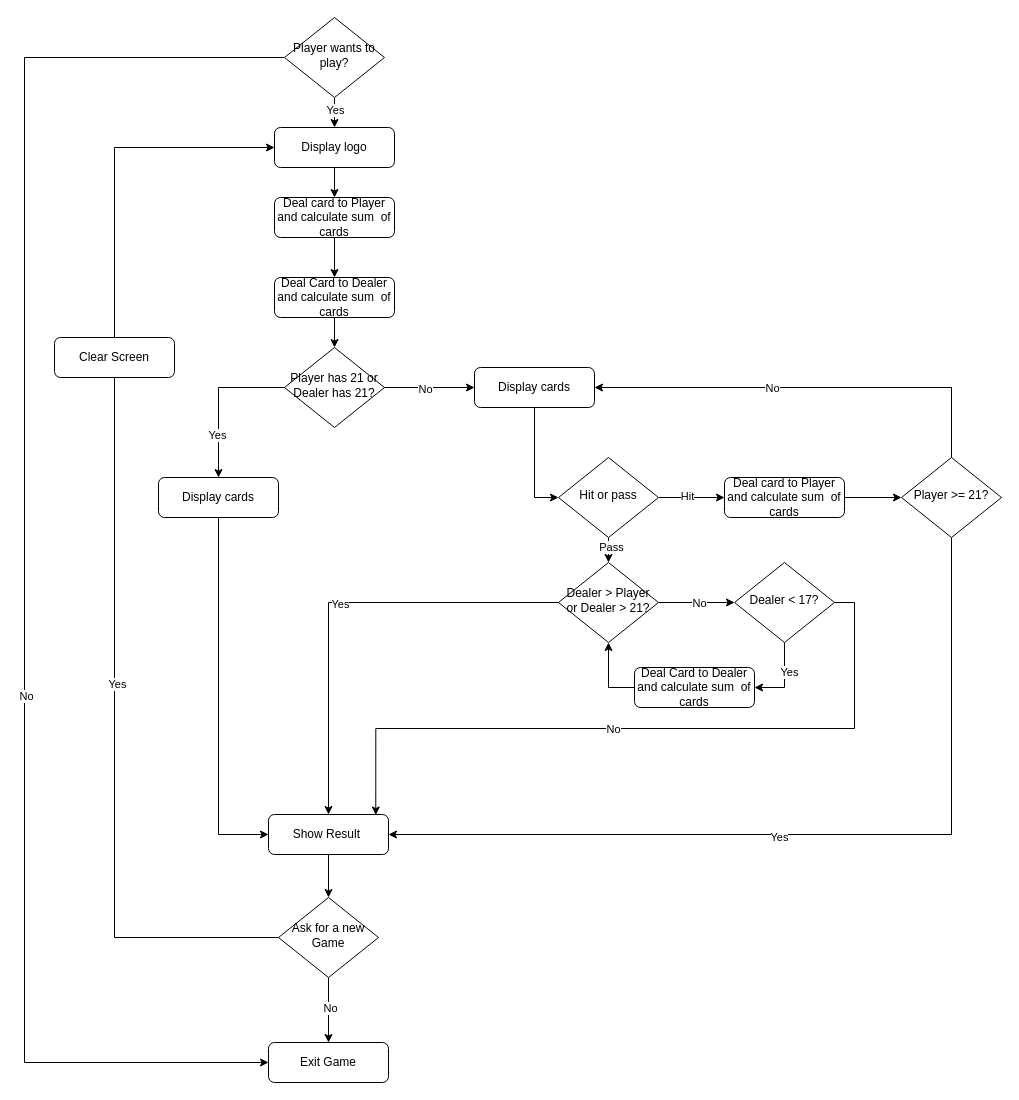
The draw.io diagram day_11_blackjack_game/project_files/flowchart_blackjack.drawio in ErkanHatipoglu/100-days-of-code, before the edit. Source tidied: cells renumbered, new cells numbered last; positions are measured from the earlier drawing's top-left corner, leaving out a move shared by most shapes. Both pictures are drawn from the tidied source at 100%, with x=0, y=0 at pixel (24, 17).
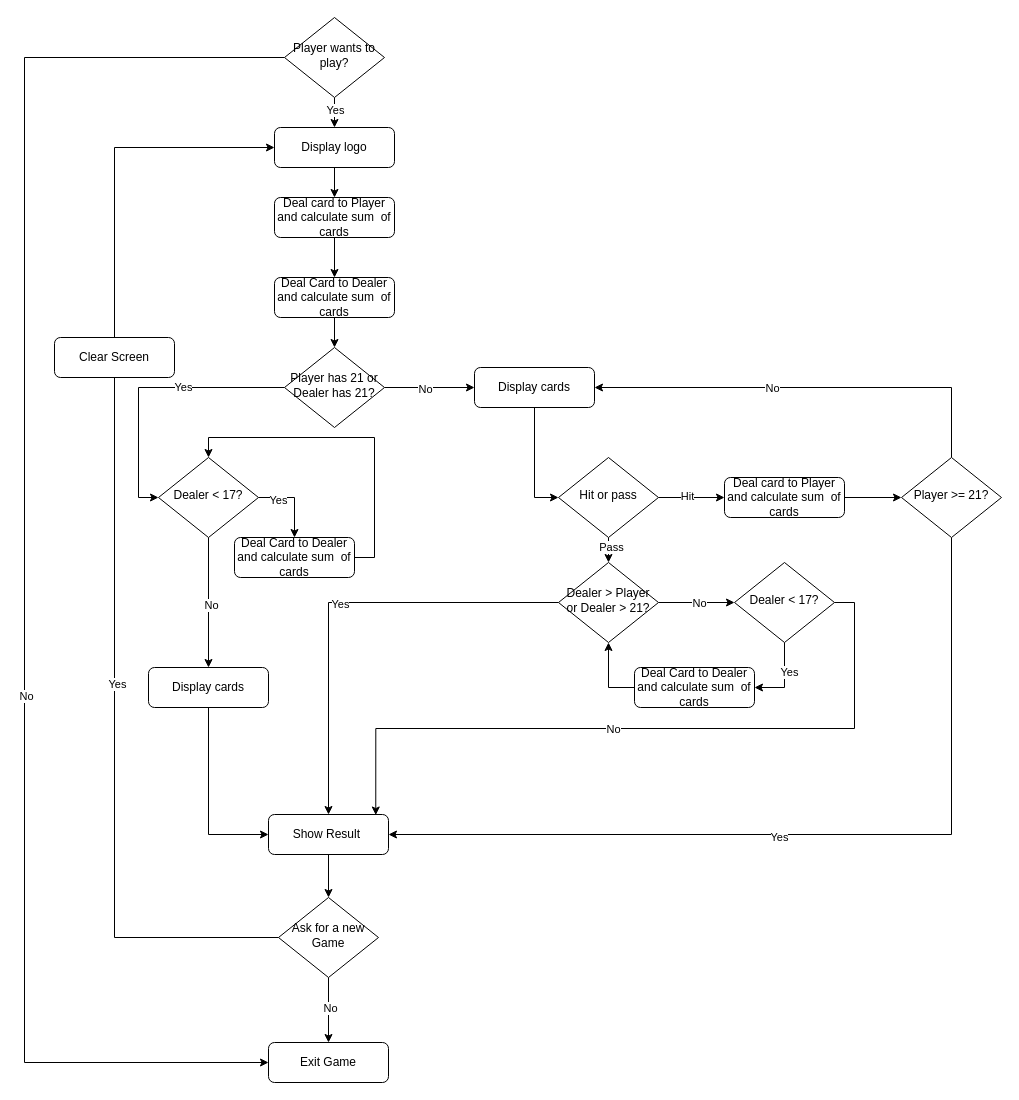
The same diagram, later.

The change refers to these unchanged cells:
```xml
<mxCell id="10" value="Player has 21 or Dealer has 21?" style="rhombus;whiteSpace=wrap;html=1;shadow=0;fontFamily=Helvetica;fontSize=12;align=center;strokeWidth=1;spacing=6;spacingTop=-4;" parent="1" vertex="1">
  <mxGeometry x="260" y="330" width="100" height="80" as="geometry" />
</mxCell>
```

Change to the diagram source:
```diff
@@
-    <mxCell id="8" style="edgeStyle=orthogonalEdgeStyle;rounded=0;jettySize=auto;html=1;exitX=0;exitY=0.5;exitDx=0;exitDy=0;entryX=0.5;entryY=0;entryDx=0;entryDy=0;" parent="1" edge="1" source="10" target="55">
-      <mxGeometry relative="1" as="geometry" />
-    </mxCell>
-    <mxCell id="9" value="Yes" style="edgeLabel;html=1;align=center;verticalAlign=middle;" parent="8" vertex="1">
-      <mxGeometry x="0.45" y="-2" relative="1" as="geometry" />
-    </mxCell>
+    <mxCell id="56" style="edgeStyle=orthogonalEdgeStyle;rounded=0;jettySize=auto;html=1;exitX=0;exitY=0.5;exitDx=0;exitDy=0;entryX=0;entryY=0.5;entryDx=0;entryDy=0;" parent="1" edge="1" source="10" target="62">
+      <mxGeometry relative="1" as="geometry" />
+    </mxCell>
+    <mxCell id="57" value="Yes" style="edgeLabel;html=1;align=center;verticalAlign=middle;" parent="56" vertex="1">
+      <mxGeometry x="-0.26" y="-1" relative="1" as="geometry" />
+    </mxCell>
@@
     <mxCell id="55" value="Display cards" style="rounded=1;whiteSpace=wrap;html=1;fontSize=12;glass=0;strokeWidth=1;shadow=0;" parent="1" vertex="1">
-      <mxGeometry x="134" y="460" width="120" height="40" as="geometry" />
+      <mxGeometry x="124" y="650" width="120" height="40" as="geometry" />
     </mxCell>
+    <mxCell id="58" style="edgeStyle=orthogonalEdgeStyle;rounded=0;jettySize=auto;html=1;exitX=0.5;exitY=1;exitDx=0;exitDy=0;entryX=0.5;entryY=0;entryDx=0;entryDy=0;" parent="1" edge="1" source="62" target="55">
+      <mxGeometry relative="1" as="geometry" />
+    </mxCell>
+    <mxCell id="59" value="No" style="edgeLabel;html=1;align=center;verticalAlign=middle;" parent="58" vertex="1">
+      <mxGeometry x="0.03" y="2" relative="1" as="geometry" />
+    </mxCell>
+    <mxCell id="60" style="edgeStyle=orthogonalEdgeStyle;rounded=0;jettySize=auto;html=1;exitX=1;exitY=0.5;exitDx=0;exitDy=0;entryX=0.5;entryY=0;entryDx=0;entryDy=0;" parent="1" edge="1" source="62" target="64">
+      <mxGeometry relative="1" as="geometry" />
+    </mxCell>
+    <mxCell id="61" value="Yes" style="edgeLabel;html=1;align=center;verticalAlign=middle;" parent="60" vertex="1">
+      <mxGeometry x="-0.49" y="-2" relative="1" as="geometry" />
+    </mxCell>
+    <mxCell id="62" value="Dealer &amp;lt; 17?" style="rhombus;whiteSpace=wrap;html=1;shadow=0;fontFamily=Helvetica;fontSize=12;align=center;strokeWidth=1;spacing=6;spacingTop=-4;" parent="1" vertex="1">
+      <mxGeometry x="134" y="440" width="100" height="80" as="geometry" />
+    </mxCell>
+    <mxCell id="63" style="edgeStyle=orthogonalEdgeStyle;rounded=0;jettySize=auto;html=1;exitX=1;exitY=0.5;exitDx=0;exitDy=0;entryX=0.5;entryY=0;entryDx=0;entryDy=0;" parent="1" edge="1" source="64" target="62">
+      <mxGeometry relative="1" as="geometry" />
+    </mxCell>
+    <mxCell id="64" value="Deal Card to Dealer and calculate sum&amp;nbsp; of cards" style="rounded=1;whiteSpace=wrap;html=1;fontSize=12;glass=0;strokeWidth=1;shadow=0;" parent="1" vertex="1">
+      <mxGeometry x="210" y="520" width="120" height="40" as="geometry" />
+    </mxCell>
```
